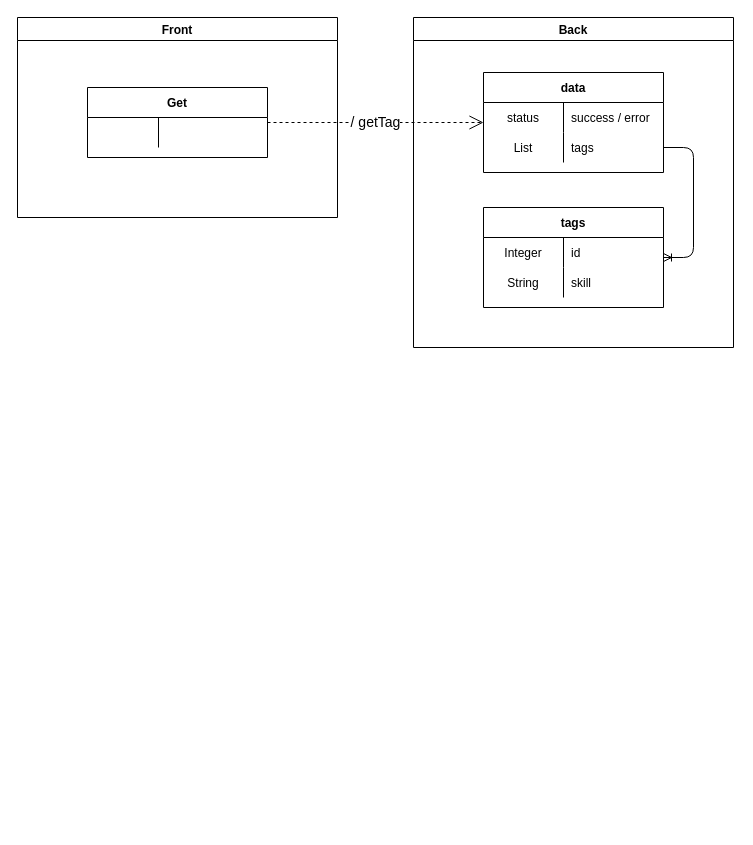
The draw.io diagram page "[表示]タグリストAPI" (11 of 22) of Designs/基本設計.drawio in yusuke-rakus/Qiish, before the edit. Source tidied: cells renumbered, new cells numbered last; positions are measured from the earlier drawing's top-left corner, leaving out a move shared by most shapes. Both pictures are drawn from the tidied source at 100%, with x=0, y=0 at pixel (17, 17).
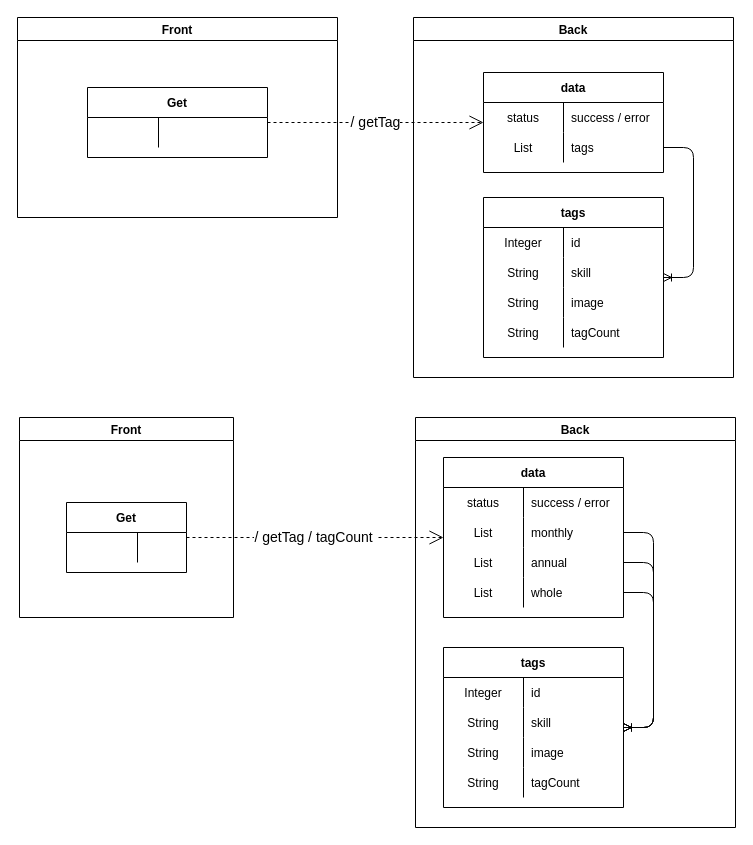
The same diagram, later.

What changed in the source:
```diff
@@
     <mxCell id="7" value="Back" style="swimlane;" parent="1" vertex="1">
-      <mxGeometry x="396" width="320" height="330" as="geometry" />
+      <mxGeometry x="396" width="320" height="360" as="geometry" />
     </mxCell>
@@
     <mxCell id="15" value="tags" style="shape=table;startSize=30;childLayout=tableLayout;rowLines=0;fontStyle=1;align=center;" parent="7" vertex="1">
-      <mxGeometry x="70" y="190" width="180" height="100" as="geometry" />
+      <mxGeometry x="70" y="180" width="180" height="160" as="geometry" />
     </mxCell>
@@
+    <mxCell id="24" style="shape=partialRectangle;fillColor=none;top=0;left=0;bottom=0;right=0;" parent="15" vertex="1">
+      <mxGeometry y="90" width="180" height="30" as="geometry" />
+    </mxCell>
+    <mxCell id="25" value="String" style="shape=partialRectangle;fillColor=none;top=0;left=0;bottom=0;right=0;overflow=hidden;" parent="24" vertex="1">
+      <mxGeometry width="80" height="30" as="geometry" />
+    </mxCell>
+    <mxCell id="26" value="image" style="shape=partialRectangle;fillColor=none;top=0;left=0;bottom=0;right=0;align=left;spacingLeft=6;overflow=hidden;" parent="24" vertex="1">
+      <mxGeometry x="80" width="100" height="30" as="geometry" />
+    </mxCell>
+    <mxCell id="27" style="shape=partialRectangle;fillColor=none;top=0;left=0;bottom=0;right=0;" parent="15" vertex="1">
+      <mxGeometry y="120" width="180" height="30" as="geometry" />
+    </mxCell>
+    <mxCell id="28" value="String" style="shape=partialRectangle;fillColor=none;top=0;left=0;bottom=0;right=0;overflow=hidden;" parent="27" vertex="1">
+      <mxGeometry width="80" height="30" as="geometry" />
+    </mxCell>
+    <mxCell id="29" value="tagCount" style="shape=partialRectangle;fillColor=none;top=0;left=0;bottom=0;right=0;align=left;spacingLeft=6;overflow=hidden;" parent="27" vertex="1">
+      <mxGeometry x="80" width="100" height="30" as="geometry" />
+    </mxCell>
@@
+    <mxCell id="30" value="Front" style="swimlane;" parent="1" vertex="1">
+      <mxGeometry x="2" y="400" width="214" height="200" as="geometry" />
+    </mxCell>
+    <mxCell id="31" value="Get" style="shape=table;startSize=30;childLayout=tableLayout;rowLines=0;fontStyle=1;align=center;" parent="30" vertex="1">
+      <mxGeometry x="47" y="85" width="120" height="70" as="geometry" />
+    </mxCell>
+    <mxCell id="32" style="shape=partialRectangle;fillColor=none;top=0;left=0;bottom=0;right=0;" parent="31" vertex="1">
+      <mxGeometry y="30" width="120" height="30" as="geometry" />
+    </mxCell>
+    <mxCell id="33" style="shape=partialRectangle;fillColor=none;top=0;left=0;bottom=0;right=0;overflow=hidden;" parent="32" vertex="1">
+      <mxGeometry width="71" height="30" as="geometry" />
+    </mxCell>
+    <mxCell id="34" style="shape=partialRectangle;fillColor=none;top=0;left=0;bottom=0;right=0;align=left;spacingLeft=6;overflow=hidden;" parent="32" vertex="1">
+      <mxGeometry x="71" width="49" height="30" as="geometry" />
+    </mxCell>
+    <mxCell id="35" value="Back" style="swimlane;" parent="1" vertex="1">
+      <mxGeometry x="398" y="400" width="320" height="410" as="geometry" />
+    </mxCell>
+    <mxCell id="36" value="data" style="shape=table;startSize=30;childLayout=tableLayout;rowLines=0;fontStyle=1;align=center;" parent="35" vertex="1">
+      <mxGeometry x="28" y="40" width="180" height="160" as="geometry" />
+    </mxCell>
+    <mxCell id="37" style="shape=partialRectangle;fillColor=none;top=0;left=0;bottom=0;right=0;" parent="36" vertex="1">
+      <mxGeometry y="30" width="180" height="30" as="geometry" />
+    </mxCell>
+    <mxCell id="38" value="status" style="shape=partialRectangle;fillColor=none;top=0;left=0;bottom=0;right=0;overflow=hidden;" parent="37" vertex="1">
+      <mxGeometry width="80" height="30" as="geometry" />
+    </mxCell>
+    <mxCell id="39" value="success / error" style="shape=partialRectangle;fillColor=none;top=0;left=0;bottom=0;right=0;align=left;spacingLeft=6;overflow=hidden;" parent="37" vertex="1">
+      <mxGeometry x="80" width="100" height="30" as="geometry" />
+    </mxCell>
+    <mxCell id="40" style="shape=partialRectangle;fillColor=none;top=0;left=0;bottom=0;right=0;points=[[0,0.5],[1,0.5]];portConstraint=eastwest;" parent="36" vertex="1">
+      <mxGeometry y="60" width="180" height="30" as="geometry" />
+    </mxCell>
+    <mxCell id="41" value="List" style="shape=partialRectangle;fillColor=none;top=0;left=0;bottom=0;right=0;overflow=hidden;" parent="40" vertex="1">
+      <mxGeometry width="80" height="30" as="geometry" />
+    </mxCell>
+    <mxCell id="42" value="monthly" style="shape=partialRectangle;fillColor=none;top=0;left=0;bottom=0;right=0;align=left;spacingLeft=6;overflow=hidden;" parent="40" vertex="1">
+      <mxGeometry x="80" width="100" height="30" as="geometry" />
+    </mxCell>
+    <mxCell id="43" style="shape=partialRectangle;fillColor=none;top=0;left=0;bottom=0;right=0;points=[[0,0.5],[1,0.5]];portConstraint=eastwest;" parent="36" vertex="1">
+      <mxGeometry y="90" width="180" height="30" as="geometry" />
+    </mxCell>
+    <mxCell id="44" value="List" style="shape=partialRectangle;fillColor=none;top=0;left=0;bottom=0;right=0;overflow=hidden;" parent="43" vertex="1">
+      <mxGeometry width="80" height="30" as="geometry" />
+    </mxCell>
+    <mxCell id="45" value="annual" style="shape=partialRectangle;fillColor=none;top=0;left=0;bottom=0;right=0;align=left;spacingLeft=6;overflow=hidden;" parent="43" vertex="1">
+      <mxGeometry x="80" width="100" height="30" as="geometry" />
+    </mxCell>
+    <mxCell id="46" style="shape=partialRectangle;fillColor=none;top=0;left=0;bottom=0;right=0;points=[[0,0.5],[1,0.5]];portConstraint=eastwest;" parent="36" vertex="1">
+      <mxGeometry y="120" width="180" height="30" as="geometry" />
+    </mxCell>
+    <mxCell id="47" value="List" style="shape=partialRectangle;fillColor=none;top=0;left=0;bottom=0;right=0;overflow=hidden;" parent="46" vertex="1">
+      <mxGeometry width="80" height="30" as="geometry" />
+    </mxCell>
+    <mxCell id="48" value="whole" style="shape=partialRectangle;fillColor=none;top=0;left=0;bottom=0;right=0;align=left;spacingLeft=6;overflow=hidden;" parent="46" vertex="1">
+      <mxGeometry x="80" width="100" height="30" as="geometry" />
+    </mxCell>
+    <mxCell id="49" value="tags" style="shape=table;startSize=30;childLayout=tableLayout;rowLines=0;fontStyle=1;align=center;" parent="35" vertex="1">
+      <mxGeometry x="28" y="230" width="180" height="160" as="geometry" />
+    </mxCell>
+    <mxCell id="50" style="shape=partialRectangle;fillColor=none;top=0;left=0;bottom=0;right=0;" parent="49" vertex="1">
+      <mxGeometry y="30" width="180" height="30" as="geometry" />
+    </mxCell>
+    <mxCell id="51" value="Integer" style="shape=partialRectangle;fillColor=none;top=0;left=0;bottom=0;right=0;overflow=hidden;" parent="50" vertex="1">
+      <mxGeometry width="80" height="30" as="geometry" />
+    </mxCell>
+    <mxCell id="52" value="id" style="shape=partialRectangle;fillColor=none;top=0;left=0;bottom=0;right=0;align=left;spacingLeft=6;overflow=hidden;" parent="50" vertex="1">
+      <mxGeometry x="80" width="100" height="30" as="geometry" />
+    </mxCell>
+    <mxCell id="53" style="shape=partialRectangle;fillColor=none;top=0;left=0;bottom=0;right=0;" parent="49" vertex="1">
+      <mxGeometry y="60" width="180" height="30" as="geometry" />
+    </mxCell>
+    <mxCell id="54" value="String" style="shape=partialRectangle;fillColor=none;top=0;left=0;bottom=0;right=0;overflow=hidden;" parent="53" vertex="1">
+      <mxGeometry width="80" height="30" as="geometry" />
+    </mxCell>
+    <mxCell id="55" value="skill" style="shape=partialRectangle;fillColor=none;top=0;left=0;bottom=0;right=0;align=left;spacingLeft=6;overflow=hidden;" parent="53" vertex="1">
+      <mxGeometry x="80" width="100" height="30" as="geometry" />
+    </mxCell>
+    <mxCell id="56" style="shape=partialRectangle;fillColor=none;top=0;left=0;bottom=0;right=0;" parent="49" vertex="1">
+      <mxGeometry y="90" width="180" height="30" as="geometry" />
+    </mxCell>
+    <mxCell id="57" value="String" style="shape=partialRectangle;fillColor=none;top=0;left=0;bottom=0;right=0;overflow=hidden;" parent="56" vertex="1">
+      <mxGeometry width="80" height="30" as="geometry" />
+    </mxCell>
+    <mxCell id="58" value="image" style="shape=partialRectangle;fillColor=none;top=0;left=0;bottom=0;right=0;align=left;spacingLeft=6;overflow=hidden;" parent="56" vertex="1">
+      <mxGeometry x="80" width="100" height="30" as="geometry" />
+    </mxCell>
+    <mxCell id="59" style="shape=partialRectangle;fillColor=none;top=0;left=0;bottom=0;right=0;" parent="49" vertex="1">
+      <mxGeometry y="120" width="180" height="30" as="geometry" />
+    </mxCell>
+    <mxCell id="60" value="String" style="shape=partialRectangle;fillColor=none;top=0;left=0;bottom=0;right=0;overflow=hidden;" parent="59" vertex="1">
+      <mxGeometry width="80" height="30" as="geometry" />
+    </mxCell>
+    <mxCell id="61" value="tagCount" style="shape=partialRectangle;fillColor=none;top=0;left=0;bottom=0;right=0;align=left;spacingLeft=6;overflow=hidden;" parent="59" vertex="1">
+      <mxGeometry x="80" width="100" height="30" as="geometry" />
+    </mxCell>
+    <mxCell id="62" style="edgeStyle=entityRelationEdgeStyle;fontSize=12;html=1;endArrow=ERoneToMany;" parent="35" edge="1" source="40" target="49">
+      <mxGeometry relative="1" as="geometry" />
+    </mxCell>
+    <mxCell id="63" style="edgeStyle=entityRelationEdgeStyle;fontSize=12;html=1;endArrow=ERoneToMany;" parent="35" edge="1" source="46" target="49">
+      <mxGeometry relative="1" as="geometry" />
+    </mxCell>
+    <mxCell id="64" style="edgeStyle=entityRelationEdgeStyle;fontSize=12;html=1;endArrow=ERoneToMany;" parent="35" edge="1" source="43" target="49">
+      <mxGeometry relative="1" as="geometry" />
+    </mxCell>
+    <mxCell id="65" value="&lt;font style=&quot;font-size: 14px&quot;&gt;/ getTag / tagCount&amp;nbsp;&lt;br&gt;&lt;/font&gt;" style="endArrow=open;endSize=12;dashed=1;html=1;" parent="1" edge="1" source="31" target="36">
+      <mxGeometry relative="1" as="geometry" />
+    </mxCell>
```
